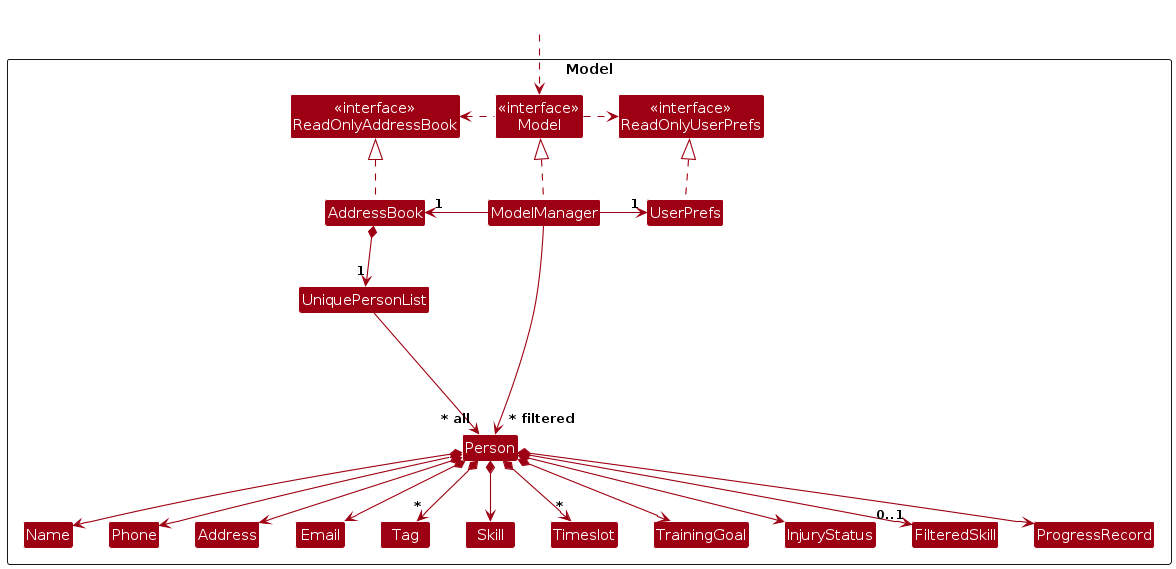
This is diagrams/ModelClassDiagram.png from momentumnn/tp, a PlantUML export, as it was before one commit. Its source is kept beside it as diagrams/ModelClassDiagram.puml.
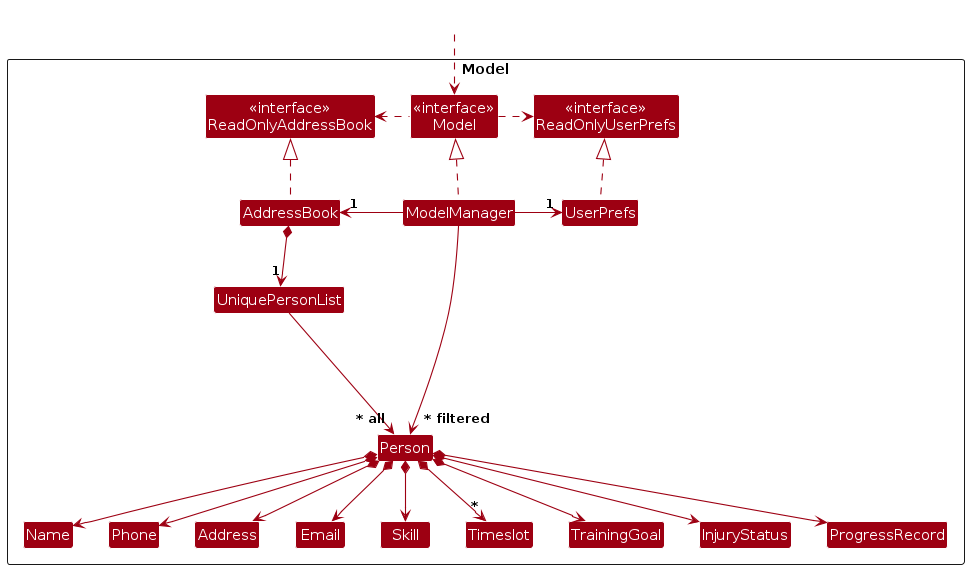
After the commit.

What changed in the source:
```diff
@@ -18,12 +18,10 @@
 Class Email
 Class Name
 Class Phone
-Class Tag
 Class Skill
 Class Timeslot
 Class TrainingGoal
 Class InjuryStatus
-Class FilteredSkill
 Class ProgressRecord
 
 Class I #FFFFFF
@@ -47,12 +45,10 @@
 Person *--> Phone
 Person *--> Email
 Person *--> Address
-Person *--> "*" Tag
 Person *--> Skill
 Person *--> "*" Timeslot
 Person *--> TrainingGoal
 Person *--> InjuryStatus
-Person *--> "0..1" FilteredSkill
 Person *--> ProgressRecord
 
 Person -[hidden]up--> I
```
